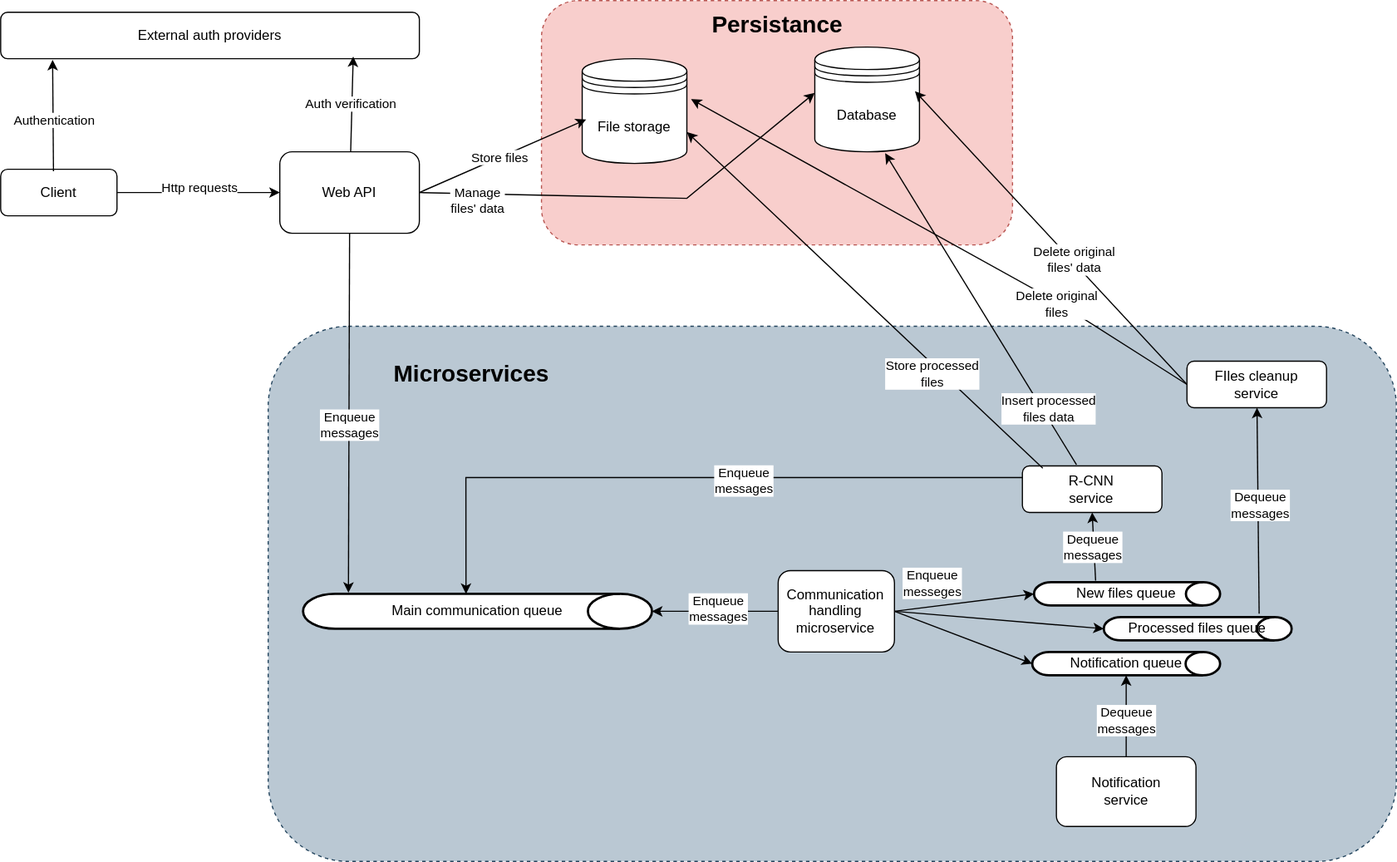
The draw.io diagram docs/readme/System.drawio.svg in Przemo12121/ObjectDetectionApi, before a commit. Source tidied: cells renumbered, new cells last; positions are measured from the earlier drawing's top-left corner, leaving out a move shared by most shapes.
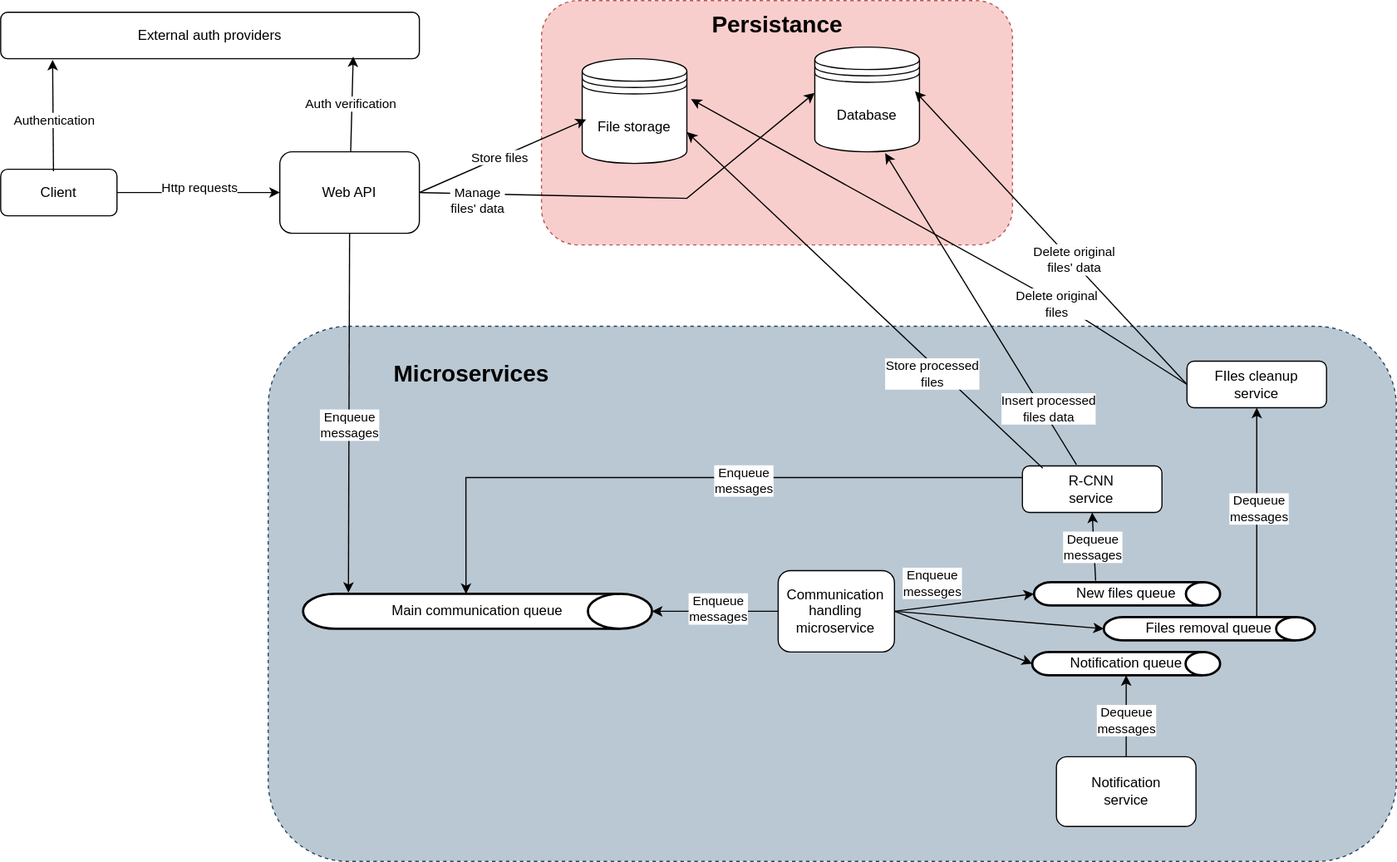
The same file after the commit.

What changed in the source:
```diff
@@ -84,8 +84,8 @@
     <mxCell id="25" value="New files queue" style="strokeWidth=2;html=1;shape=mxgraph.flowchart.direct_data;whiteSpace=wrap;" parent="1" vertex="1">
       <mxGeometry x="888.5" y="500" width="160" height="20" as="geometry" />
     </mxCell>
-    <mxCell id="26" value="Processed files queue" style="strokeWidth=2;html=1;shape=mxgraph.flowchart.direct_data;whiteSpace=wrap;" parent="1" vertex="1">
-      <mxGeometry x="948.5" y="530" width="161.5" height="20" as="geometry" />
+    <mxCell id="26" value="Files removal queue" style="strokeWidth=2;html=1;shape=mxgraph.flowchart.direct_data;whiteSpace=wrap;" parent="1" vertex="1">
+      <mxGeometry x="948.5" y="530" width="181.5" height="20" as="geometry" />
     </mxCell>
     <mxCell id="27" style="endArrow=classic;html=1;rounded=0;entryX=0;entryY=0.5;entryDx=0;entryDy=0;entryPerimeter=0;exitX=1;exitY=0.5;exitDx=0;exitDy=0;" parent="1" edge="1" source="22" target="25">
       <mxGeometry relative="1" as="geometry" />
@@ -113,8 +113,10 @@
     <mxCell id="34" value="Dequeue&lt;br&gt;messages" style="edgeLabel;html=1;align=center;verticalAlign=middle;" parent="33" vertex="1">
       <mxGeometry y="1" relative="1" as="geometry" />
     </mxCell>
-    <mxCell id="35" style="endArrow=classic;html=1;rounded=0;exitX=0.827;exitY=-0.15;exitDx=0;exitDy=0;exitPerimeter=0;" parent="1" edge="1" source="26" target="31">
-      <mxGeometry relative="1" as="geometry" />
+    <mxCell id="35" style="endArrow=classic;html=1;rounded=0;" parent="1" edge="1" target="31">
+      <mxGeometry relative="1" as="geometry">
+        <mxPoint x="1080" y="530" as="sourcePoint" />
+      </mxGeometry>
     </mxCell>
     <mxCell id="36" value="Dequeue&lt;br&gt;messages" style="edgeLabel;html=1;align=center;verticalAlign=middle;" parent="35" vertex="1">
       <mxGeometry x="0.05" y="-1" relative="1" as="geometry" />
```
